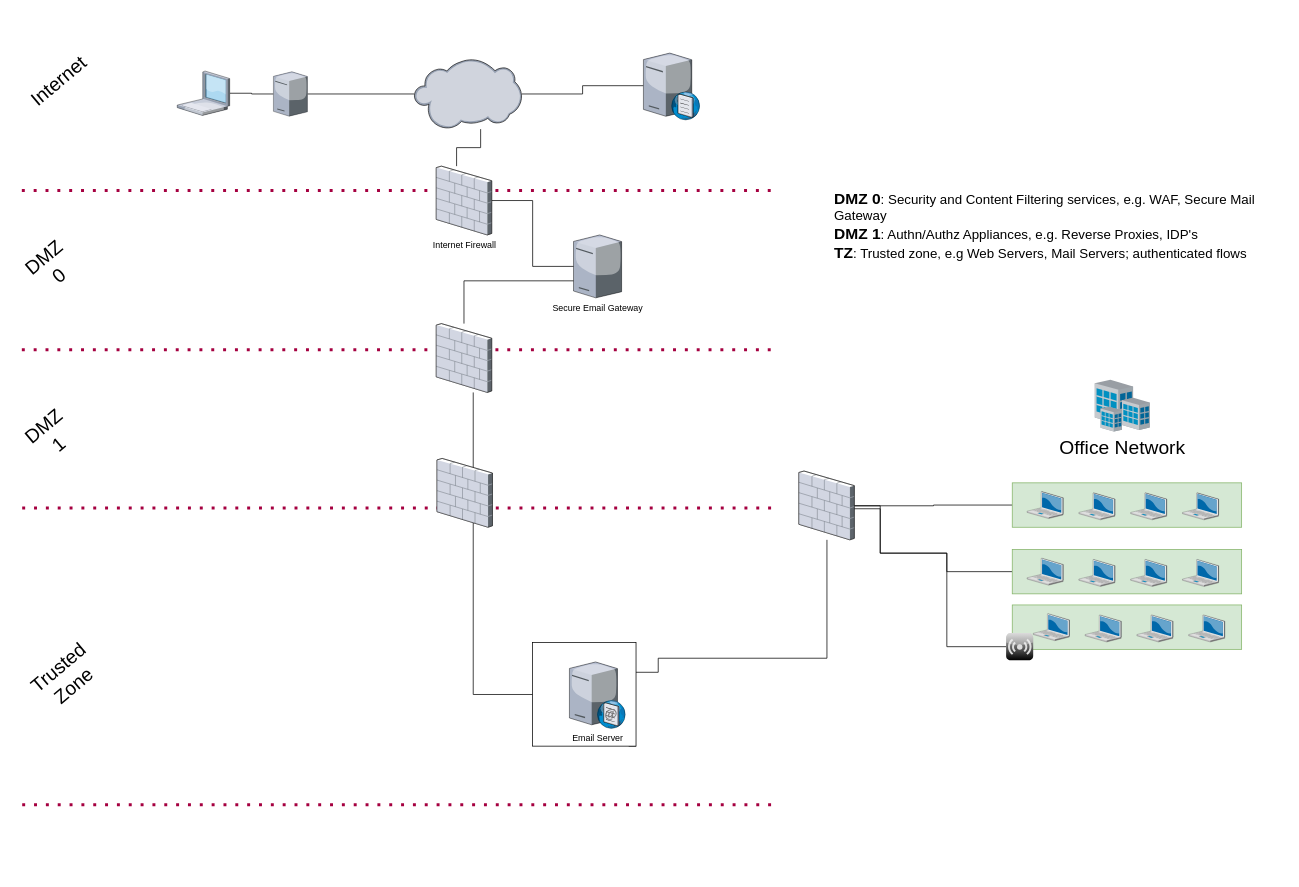
Before: page "high level" (2 of 3) of Untitled Diagram.drawio in dachachacha/dotfiles, a draw.io diagram. Source tidied: cells renumbered, new cells numbered last; positions are measured from the earlier drawing's top-left corner, leaving out a move shared by most shapes. Both pictures are drawn from the tidied source at 74%, with x=0, y=0 at pixel (21, 51).
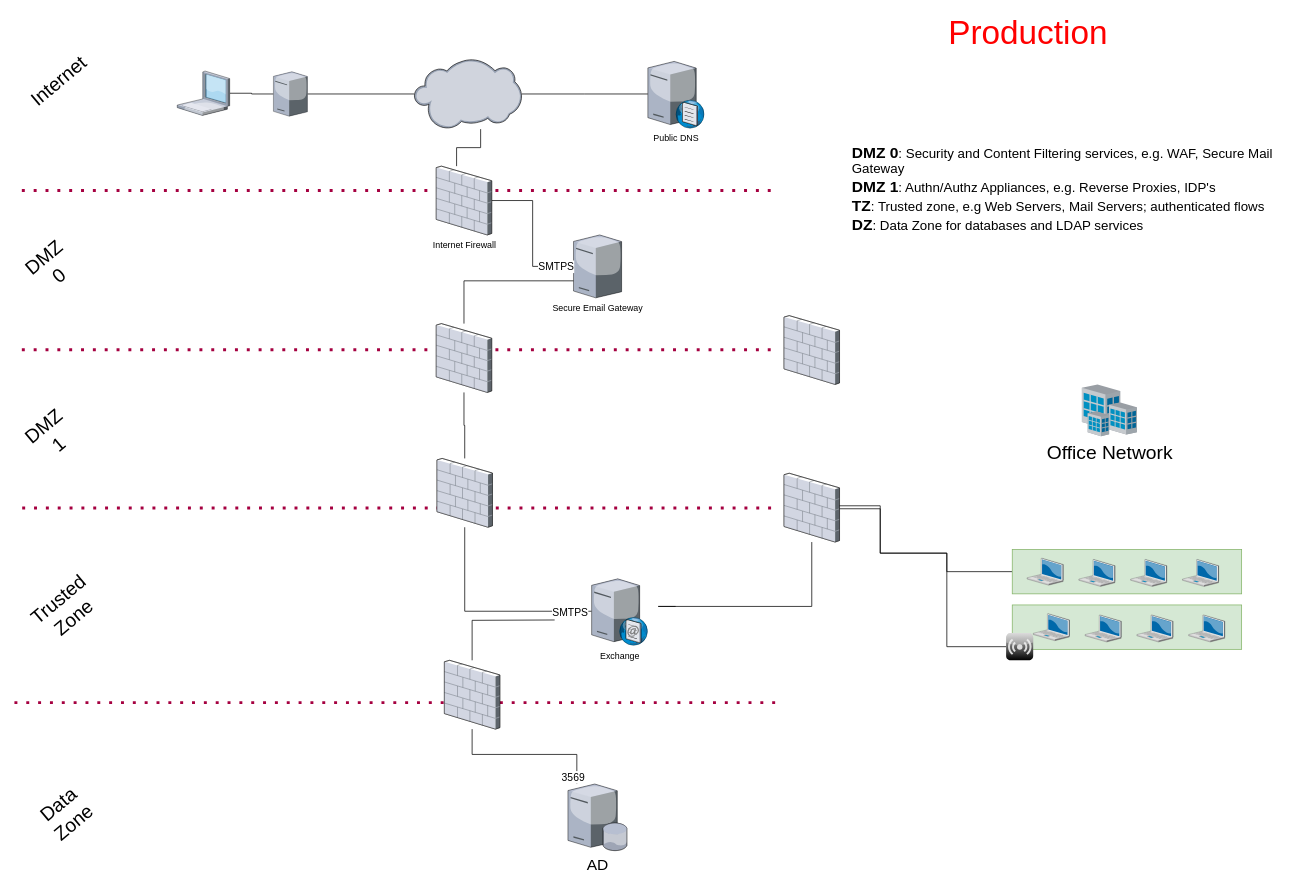
The same page after the edit.

Unchanged cells that the change refers to:
```xml
<mxCell id="40" style="edgeStyle=orthogonalEdgeStyle;rounded=0;jettySize=auto;html=1;fontSize=12;endArrow=none;endFill=0;strokeWidth=1;" parent="1" edge="1" source="41" target="11">
  <mxGeometry relative="1" as="geometry" />
</mxCell>
<mxCell id="43" style="verticalLabelPosition=bottom;sketch=0;html=1;verticalAlign=top;strokeColor=none;align=center;outlineConnect=0;shape=mxgraph.citrix.firewall;" parent="1" vertex="1">
  <mxGeometry x="561" y="550" width="75" height="93" as="geometry" />
</mxCell>
<mxCell id="49" style="verticalLabelPosition=bottom;sketch=0;html=1;verticalAlign=top;strokeColor=none;align=center;outlineConnect=0;shape=mxgraph.citrix.firewall;" parent="1" vertex="1">
  <mxGeometry x="560" y="367.8" width="75" height="93" as="geometry" />
</mxCell>
```

Change to the diagram source:
```diff
@@
-    <mxCell id="9" style="edgeStyle=orthogonalEdgeStyle;rounded=0;jettySize=auto;html=1;endArrow=none;endFill=0;" parent="1" edge="1" source="49" target="38">
-      <mxGeometry relative="1" as="geometry">
-        <Array as="points">
-          <mxPoint x="610" y="869" />
-        </Array>
-      </mxGeometry>
-    </mxCell>
-    <mxCell id="10" style="edgeStyle=orthogonalEdgeStyle;rounded=0;jettySize=auto;html=1;fontSize=26;endArrow=none;endFill=0;" parent="1" edge="1" source="37" target="16">
+    <mxCell id="10" style="edgeStyle=orthogonalEdgeStyle;rounded=0;jettySize=auto;html=1;fontSize=26;endArrow=none;endFill=0;" parent="1" edge="1" target="16">
       <mxGeometry relative="1" as="geometry">
+        <mxPoint x="883.5" y="750" as="sourcePoint" />
         <Array as="points">
-          <mxPoint x="860" y="839" />
-          <mxPoint x="860" y="820" />
-          <mxPoint x="1088" y="820" />
+          <mxPoint x="860" y="750" />
+          <mxPoint x="1088" y="750" />
         </Array>
       </mxGeometry>
     </mxCell>
@@
     <mxCell id="14" value="&lt;font style=&quot;&quot;&gt;&lt;span style=&quot;font-size: 26px;&quot;&gt;Trusted Zone&lt;/span&gt;&lt;br&gt;&lt;/font&gt;" style="text;html=1;strokeColor=none;fillColor=none;align=center;verticalAlign=middle;whiteSpace=wrap;rounded=0;rotation=-40;" parent="1" vertex="1">
-      <mxGeometry x="30" y="825" width="60" height="40" as="geometry" />
+      <mxGeometry x="30" y="733" width="60" height="40" as="geometry" />
     </mxCell>
-    <mxCell id="15" style="edgeStyle=orthogonalEdgeStyle;rounded=0;jettySize=auto;html=1;fontSize=26;endArrow=none;endFill=0;" parent="1" edge="1" source="17" target="16">
-      <mxGeometry relative="1" as="geometry">
-        <Array as="points">
-          <mxPoint x="1232" y="613" />
-          <mxPoint x="1232" y="614" />
-        </Array>
-      </mxGeometry>
-    </mxCell>
     <mxCell id="16" style="verticalLabelPosition=bottom;sketch=0;html=1;verticalAlign=top;strokeColor=none;align=center;outlineConnect=0;shape=mxgraph.citrix.firewall;fontSize=26;" parent="1" vertex="1">
-      <mxGeometry x="1050" y="567" width="75" height="93" as="geometry" />
+      <mxGeometry x="1030" y="570" width="75" height="93" as="geometry" />
     </mxCell>
-    <mxCell id="17" style="rounded=0;whiteSpace=wrap;html=1;fontSize=26;align=left;fillColor=#d5e8d4;strokeColor=#82b366;" parent="1" vertex="1">
-      <mxGeometry x="1338.4" y="583" width="310" height="60" as="geometry" />
-    </mxCell>
-    <mxCell id="18" style="verticalLabelPosition=bottom;sketch=0;html=1;verticalAlign=top;strokeColor=none;align=center;shape=mxgraph.citrix.laptop_2;fontSize=26;" parent="1" vertex="1">
-      <mxGeometry x="1358.4" y="594.8" width="49" height="36.5" as="geometry" />
-    </mxCell>
-    <mxCell id="19" style="verticalLabelPosition=bottom;sketch=0;html=1;verticalAlign=top;strokeColor=none;align=center;shape=mxgraph.citrix.laptop_2;fontSize=26;" parent="1" vertex="1">
-      <mxGeometry x="1428.4" y="596.5" width="49" height="36.5" as="geometry" />
-    </mxCell>
-    <mxCell id="20" style="verticalLabelPosition=bottom;sketch=0;html=1;verticalAlign=top;strokeColor=none;align=center;shape=mxgraph.citrix.laptop_2;fontSize=26;" parent="1" vertex="1">
-      <mxGeometry x="1498.4" y="596.5" width="49" height="36.5" as="geometry" />
-    </mxCell>
-    <mxCell id="21" style="verticalLabelPosition=bottom;sketch=0;html=1;verticalAlign=top;strokeColor=none;align=center;shape=mxgraph.citrix.laptop_2;fontSize=26;" parent="1" vertex="1">
-      <mxGeometry x="1568.4" y="596.5" width="49" height="36.5" as="geometry" />
-    </mxCell>
@@
     <mxCell id="35" value="Office Network" style="verticalLabelPosition=bottom;sketch=0;html=1;verticalAlign=top;strokeColor=none;align=center;shape=mxgraph.citrix.site;fontSize=26;" parent="1" vertex="1">
-      <mxGeometry x="1450" y="443.8" width="74.2" height="70" as="geometry" />
+      <mxGeometry x="1432.6" y="450" width="74.2" height="70" as="geometry" />
     </mxCell>
-    <mxCell id="36" style="edgeStyle=orthogonalEdgeStyle;rounded=0;orthogonalLoop=1;jettySize=auto;html=1;exitX=1;exitY=1;exitDx=0;exitDy=0;entryX=0.929;entryY=0.993;entryDx=0;entryDy=0;entryPerimeter=0;fontSize=12;endArrow=none;endFill=0;" parent="1" edge="1" source="37" target="37">
-      <mxGeometry relative="1" as="geometry" />
-    </mxCell>
-    <mxCell id="37" style="whiteSpace=wrap;html=1;fontSize=12;" parent="1" vertex="1">
-      <mxGeometry x="690" y="798.8" width="140" height="140" as="geometry" />
-    </mxCell>
+    <mxCell id="51" style="edgeStyle=orthogonalEdgeStyle;rounded=0;jettySize=auto;html=1;fontSize=21;endArrow=none;endFill=0;strokeWidth=1;" parent="1" edge="1" target="59">
+      <mxGeometry relative="1" as="geometry">
+        <mxPoint x="720" y="768.3" as="sourcePoint" />
+      </mxGeometry>
+    </mxCell>
+    <mxCell id="52" style="edgeStyle=orthogonalEdgeStyle;rounded=0;jettySize=auto;html=1;fontSize=14;fontColor=#000000;endArrow=none;endFill=0;strokeWidth=1;" parent="1" edge="1" source="38" target="43">
+      <mxGeometry relative="1" as="geometry" />
+    </mxCell>
+    <mxCell id="53" value="SMTPS" style="edgeLabel;html=1;align=center;verticalAlign=middle;fontSize=14;fontColor=#000000;" parent="52" vertex="1">
+      <mxGeometry x="-0.79" y="1" relative="1" as="geometry" />
+    </mxCell>
-    <mxCell id="38" value="Email Server" style="verticalLabelPosition=bottom;sketch=0;html=1;verticalAlign=top;strokeColor=none;align=center;outlineConnect=0;shape=mxgraph.citrix.smtp_server;" parent="1" vertex="1">
-      <mxGeometry x="740" y="822.8" width="76" height="92" as="geometry" />
+    <mxCell id="38" value="Exchange" style="verticalLabelPosition=bottom;sketch=0;html=1;verticalAlign=top;strokeColor=none;align=center;outlineConnect=0;shape=mxgraph.citrix.smtp_server;" parent="1" vertex="1">
+      <mxGeometry x="770" y="710.5" width="76" height="92" as="geometry" />
     </mxCell>
@@
+    <mxCell id="54" value="SMTPS" style="edgeLabel;html=1;align=center;verticalAlign=middle;fontSize=14;fontColor=#000000;" parent="40" vertex="1">
+      <mxGeometry x="0.86" y="-1" relative="1" as="geometry">
+        <mxPoint x="-11" y="-1" as="offset" />
+      </mxGeometry>
+    </mxCell>
@@
+    <mxCell id="55" style="edgeStyle=orthogonalEdgeStyle;rounded=0;jettySize=auto;html=1;fontSize=14;fontColor=#000000;endArrow=none;endFill=0;strokeWidth=1;" parent="1" edge="1" source="43" target="49">
+      <mxGeometry relative="1" as="geometry" />
+    </mxCell>
@@
     <mxCell id="44" style="endArrow=none;dashed=1;html=1;dashPattern=1 3;strokeWidth=4;rounded=0;fontSize=12;fillColor=#d80073;strokeColor=#A50040;" parent="1" edge="1">
       <mxGeometry relative="1" as="geometry">
-        <mxPoint x="0.5" y="1018" as="sourcePoint" />
-        <mxPoint x="1020.5" y="1018" as="targetPoint" />
+        <mxPoint x="-10" y="880" as="sourcePoint" />
+        <mxPoint x="1020" y="880" as="targetPoint" />
       </mxGeometry>
     </mxCell>
-    <mxCell id="45" style="verticalLabelPosition=bottom;sketch=0;html=1;verticalAlign=top;strokeColor=none;align=center;outlineConnect=0;shape=mxgraph.citrix.dns_server;fontSize=12;" parent="1" vertex="1">
-      <mxGeometry x="840" width="76.5" height="92.5" as="geometry" />
+    <mxCell id="45" value="Public DNS" style="verticalLabelPosition=bottom;sketch=0;html=1;verticalAlign=top;strokeColor=none;align=center;outlineConnect=0;shape=mxgraph.citrix.dns_server;fontSize=12;" parent="1" vertex="1">
+      <mxGeometry x="846" y="11.2" width="76.5" height="92.5" as="geometry" />
     </mxCell>
@@
-    <mxCell id="50" value="&lt;font style=&quot;&quot;&gt;&lt;b style=&quot;&quot;&gt;&lt;font style=&quot;font-size: 21px;&quot;&gt;DMZ 0&lt;/font&gt;&lt;/b&gt;&lt;span style=&quot;font-size: 18px;&quot;&gt;: Security and Content Filtering services, e.g. WAF, Secure Mail Gateway&lt;/span&gt;&lt;br&gt;&lt;font style=&quot;font-size: 21px;&quot;&gt;&lt;b&gt;DMZ 1&lt;/b&gt;&lt;/font&gt;&lt;span style=&quot;font-size: 18px;&quot;&gt;: Authn/Authz Appliances, e.g. Reverse Proxies, IDP's&lt;/span&gt;&lt;br&gt;&lt;b style=&quot;&quot;&gt;&lt;font style=&quot;font-size: 21px;&quot;&gt;TZ&lt;/font&gt;&lt;/b&gt;&lt;span style=&quot;font-size: 18px;&quot;&gt;: Trusted zone, e.g Web Servers, Mail Servers; authenticated flows&lt;/span&gt;&lt;br&gt;&lt;/font&gt;" style="text;html=1;strokeColor=none;fillColor=none;align=left;verticalAlign=middle;whiteSpace=wrap;rounded=0;fontSize=12;rotation=0;" parent="1" vertex="1">
-      <mxGeometry x="1096.2" y="220" width="590" height="30" as="geometry" />
+    <mxCell id="50" value="&lt;font style=&quot;&quot;&gt;&lt;b style=&quot;&quot;&gt;&lt;font style=&quot;font-size: 21px;&quot;&gt;DMZ 0&lt;/font&gt;&lt;/b&gt;&lt;span style=&quot;font-size: 18px;&quot;&gt;: Security and Content Filtering services, e.g. WAF, Secure Mail Gateway&lt;/span&gt;&lt;br&gt;&lt;font style=&quot;font-size: 21px;&quot;&gt;&lt;b&gt;DMZ 1&lt;/b&gt;&lt;/font&gt;&lt;span style=&quot;font-size: 18px;&quot;&gt;: Authn/Authz Appliances, e.g. Reverse Proxies, IDP's&lt;/span&gt;&lt;br&gt;&lt;b style=&quot;&quot;&gt;&lt;font style=&quot;font-size: 21px;&quot;&gt;TZ&lt;/font&gt;&lt;/b&gt;&lt;span style=&quot;font-size: 18px;&quot;&gt;: Trusted zone, e.g Web Servers, Mail Servers; authenticated flows&lt;br&gt;&lt;/span&gt;&lt;font style=&quot;font-size: 21px;&quot;&gt;&lt;b&gt;DZ&lt;/b&gt;&lt;/font&gt;&lt;font style=&quot;font-size: 18px;&quot;&gt;: Data Zone for databases and LDAP services&lt;/font&gt;&lt;br&gt;&lt;/font&gt;" style="text;html=1;strokeColor=none;fillColor=none;align=left;verticalAlign=middle;whiteSpace=wrap;rounded=0;fontSize=12;rotation=0;" parent="1" vertex="1">
+      <mxGeometry x="1120" y="170" width="590" height="30" as="geometry" />
     </mxCell>
+    <mxCell id="56" value="&lt;font style=&quot;&quot;&gt;&lt;span style=&quot;font-size: 26px;&quot;&gt;Data Zone&lt;/span&gt;&lt;br&gt;&lt;/font&gt;" style="text;html=1;strokeColor=none;fillColor=none;align=center;verticalAlign=middle;whiteSpace=wrap;rounded=0;rotation=-40;" parent="1" vertex="1">
+      <mxGeometry x="30" y="1010" width="60" height="40" as="geometry" />
+    </mxCell>
+    <mxCell id="57" style="edgeStyle=orthogonalEdgeStyle;rounded=0;jettySize=auto;html=1;fontSize=21;endArrow=none;endFill=0;strokeWidth=1;" parent="1" edge="1" source="59" target="60">
+      <mxGeometry relative="1" as="geometry">
+        <Array as="points">
+          <mxPoint x="609" y="950" />
+          <mxPoint x="750" y="950" />
+        </Array>
+      </mxGeometry>
+    </mxCell>
+    <mxCell id="58" value="3569" style="edgeLabel;html=1;align=center;verticalAlign=middle;fontSize=14;fontColor=#000000;" parent="57" vertex="1">
+      <mxGeometry x="0.17" y="3" relative="1" as="geometry">
+        <mxPoint x="44" y="33" as="offset" />
+      </mxGeometry>
+    </mxCell>
+    <mxCell id="59" style="verticalLabelPosition=bottom;sketch=0;html=1;verticalAlign=top;strokeColor=none;align=center;outlineConnect=0;shape=mxgraph.citrix.firewall;" parent="1" vertex="1">
+      <mxGeometry x="571" y="822.8" width="75" height="93" as="geometry" />
+    </mxCell>
+    <mxCell id="60" value="AD" style="verticalLabelPosition=bottom;sketch=0;html=1;verticalAlign=top;strokeColor=none;align=center;outlineConnect=0;shape=mxgraph.citrix.database_server;fontSize=21;" parent="1" vertex="1">
+      <mxGeometry x="738" y="990" width="80" height="90" as="geometry" />
+    </mxCell>
+    <mxCell id="61" value="Production" style="text;html=1;strokeColor=none;fillColor=none;align=center;verticalAlign=middle;whiteSpace=wrap;rounded=0;fontSize=45;fontColor=#FF0000;" parent="1" vertex="1">
+      <mxGeometry x="1330" y="-40" width="60" height="30" as="geometry" />
+    </mxCell>
+    <mxCell id="62" style="verticalLabelPosition=bottom;sketch=0;html=1;verticalAlign=top;strokeColor=none;align=center;shape=mxgraph.citrix.firewall;fontSize=26;" parent="1" vertex="1">
+      <mxGeometry x="1030" y="357" width="75" height="93" as="geometry" />
+    </mxCell>
```
